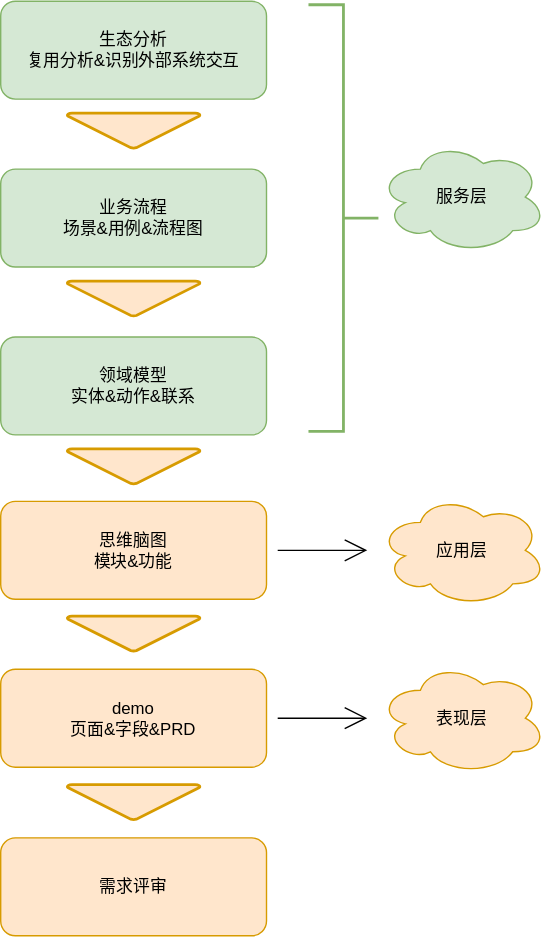
Earlier version of the draw.io export ddm.drawio.svg (fsdmp/diagrams). Source tidied: cells renumbered, new cells last; positions are measured from the earlier drawing's top-left corner, leaving out a move shared by most shapes. Its diagram source:
```xml
<mxGraphModel>
  <root>
    <mxCell id="0" />
    <mxCell id="1" parent="0" />
    <mxCell id="2" value="业务流程&lt;br&gt;场景&amp;amp;用例&amp;amp;流程图&lt;br&gt;" style="rounded=1;whiteSpace=wrap;html=1;hachureGap=4;fillColor=#d5e8d4;strokeColor=#82b366;" parent="1" vertex="1">
      <mxGeometry y="120" width="190" height="70" as="geometry" />
    </mxCell>
    <mxCell id="3" value="领域模型&lt;br&gt;实体&amp;amp;动作&amp;amp;联系&lt;br&gt;" style="rounded=1;whiteSpace=wrap;html=1;hachureGap=4;fillColor=#d5e8d4;strokeColor=#82b366;" parent="1" vertex="1">
      <mxGeometry y="240" width="190" height="70" as="geometry" />
    </mxCell>
    <mxCell id="4" style="edgeStyle=none;curved=1;rounded=0;jettySize=auto;html=1;endArrow=open;startSize=14;endSize=14;sourcePerimeterSpacing=8;targetPerimeterSpacing=8;" parent="1" edge="1" source="5" target="12">
      <mxGeometry relative="1" as="geometry" />
    </mxCell>
    <mxCell id="5" value="demo&lt;br&gt;页面&amp;amp;字段&amp;amp;PRD&lt;br&gt;" style="rounded=1;whiteSpace=wrap;html=1;hachureGap=4;fillColor=#ffe6cc;strokeColor=#d79b00;" parent="1" vertex="1">
      <mxGeometry y="477.5" width="190" height="70" as="geometry" />
    </mxCell>
    <mxCell id="6" style="edgeStyle=none;curved=1;rounded=0;jettySize=auto;html=1;endArrow=open;startSize=14;endSize=14;sourcePerimeterSpacing=8;targetPerimeterSpacing=8;" parent="1" edge="1" source="7" target="13">
      <mxGeometry relative="1" as="geometry" />
    </mxCell>
    <mxCell id="7" value="思维脑图&lt;br&gt;模块&amp;amp;功能&lt;br&gt;" style="rounded=1;whiteSpace=wrap;html=1;hachureGap=4;fillColor=#ffe6cc;strokeColor=#d79b00;" parent="1" vertex="1">
      <mxGeometry y="357.5" width="190" height="70" as="geometry" />
    </mxCell>
    <mxCell id="8" style="strokeWidth=2;html=1;shape=mxgraph.flowchart.merge_or_storage;whiteSpace=wrap;hachureGap=4;fillColor=#ffe6cc;strokeColor=#d79b00;" parent="1" vertex="1">
      <mxGeometry x="47.5" y="200" width="95" height="25" as="geometry" />
    </mxCell>
    <mxCell id="9" style="strokeWidth=2;html=1;shape=mxgraph.flowchart.merge_or_storage;whiteSpace=wrap;hachureGap=4;fillColor=#ffe6cc;strokeColor=#d79b00;" parent="1" vertex="1">
      <mxGeometry x="47.5" y="320" width="95" height="25" as="geometry" />
    </mxCell>
    <mxCell id="10" style="strokeWidth=2;html=1;shape=mxgraph.flowchart.merge_or_storage;whiteSpace=wrap;hachureGap=4;fillColor=#ffe6cc;strokeColor=#d79b00;" parent="1" vertex="1">
      <mxGeometry x="47.5" y="439.5" width="95" height="25" as="geometry" />
    </mxCell>
    <mxCell id="11" value="服务层" style="ellipse;shape=cloud;whiteSpace=wrap;html=1;hachureGap=4;fillColor=#d5e8d4;strokeColor=#82b366;" parent="1" vertex="1">
      <mxGeometry x="270" y="100" width="120" height="80" as="geometry" />
    </mxCell>
    <mxCell id="12" value="表现层" style="ellipse;shape=cloud;whiteSpace=wrap;html=1;hachureGap=4;fillColor=#ffe6cc;strokeColor=#d79b00;" parent="1" vertex="1">
      <mxGeometry x="270" y="472.5" width="120" height="80" as="geometry" />
    </mxCell>
    <mxCell id="13" value="应用层" style="ellipse;shape=cloud;whiteSpace=wrap;html=1;hachureGap=4;fillColor=#ffe6cc;strokeColor=#d79b00;" parent="1" vertex="1">
      <mxGeometry x="270" y="352.5" width="120" height="80" as="geometry" />
    </mxCell>
    <mxCell id="14" value="生态分析&lt;br&gt;复用分析&amp;amp;识别外部系统交互&lt;br&gt;" style="rounded=1;whiteSpace=wrap;html=1;hachureGap=4;fillColor=#d5e8d4;strokeColor=#82b366;" parent="1" vertex="1">
      <mxGeometry width="190" height="70" as="geometry" />
    </mxCell>
    <mxCell id="15" style="strokeWidth=2;html=1;shape=mxgraph.flowchart.merge_or_storage;whiteSpace=wrap;hachureGap=4;fillColor=#ffe6cc;strokeColor=#d79b00;" parent="1" vertex="1">
      <mxGeometry x="47.5" y="80" width="95" height="25" as="geometry" />
    </mxCell>
    <mxCell id="16" style="strokeWidth=2;html=1;shape=mxgraph.flowchart.annotation_2;align=left;labelPosition=right;hachureGap=4;direction=west;fillColor=#d5e8d4;strokeColor=#82b366;" parent="1" vertex="1">
      <mxGeometry x="220" y="2.5" width="50" height="305" as="geometry" />
    </mxCell>
    <mxCell id="17" value="需求评审&lt;br&gt;" style="rounded=1;whiteSpace=wrap;html=1;hachureGap=4;fillColor=#ffe6cc;strokeColor=#d79b00;" parent="1" vertex="1">
      <mxGeometry y="598" width="190" height="70" as="geometry" />
    </mxCell>
    <mxCell id="18" style="strokeWidth=2;html=1;shape=mxgraph.flowchart.merge_or_storage;whiteSpace=wrap;hachureGap=4;fillColor=#ffe6cc;strokeColor=#d79b00;" parent="1" vertex="1">
      <mxGeometry x="47.5" y="560" width="95" height="25" as="geometry" />
    </mxCell>
  </root>
</mxGraphModel>
```
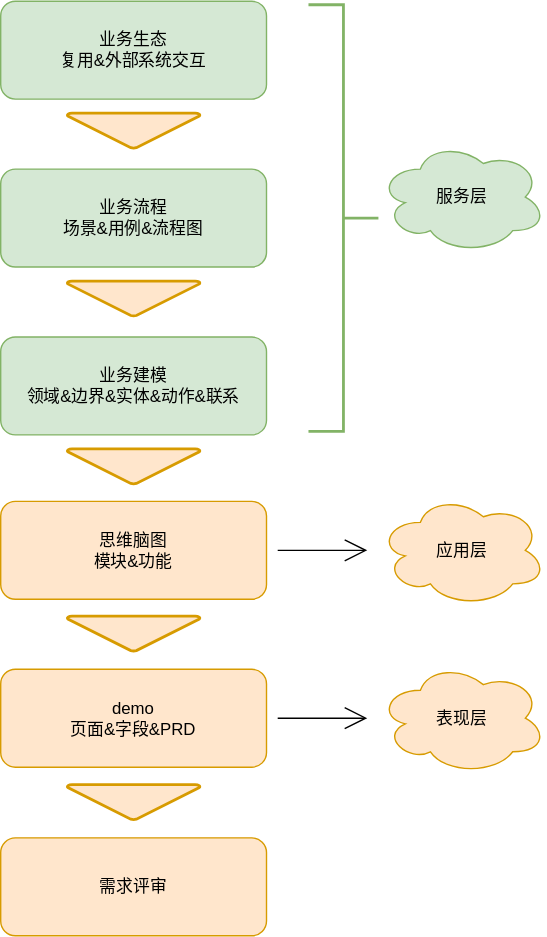
The same diagram one commit later.

The edit, as a diff of the source:
```diff
@@ -5,7 +5,7 @@
     <mxCell id="2" value="业务流程&lt;br&gt;场景&amp;amp;用例&amp;amp;流程图&lt;br&gt;" style="rounded=1;whiteSpace=wrap;html=1;hachureGap=4;fillColor=#d5e8d4;strokeColor=#82b366;" parent="1" vertex="1">
       <mxGeometry y="120" width="190" height="70" as="geometry" />
     </mxCell>
-    <mxCell id="3" value="领域模型&lt;br&gt;实体&amp;amp;动作&amp;amp;联系&lt;br&gt;" style="rounded=1;whiteSpace=wrap;html=1;hachureGap=4;fillColor=#d5e8d4;strokeColor=#82b366;" parent="1" vertex="1">
+    <mxCell id="3" value="业务建模&lt;br&gt;领域&amp;amp;边界&amp;amp;实体&amp;amp;动作&amp;amp;联系&lt;br&gt;" style="rounded=1;whiteSpace=wrap;html=1;hachureGap=4;fillColor=#d5e8d4;strokeColor=#82b366;" parent="1" vertex="1">
       <mxGeometry y="240" width="190" height="70" as="geometry" />
     </mxCell>
     <mxCell id="4" style="edgeStyle=none;curved=1;rounded=0;jettySize=auto;html=1;endArrow=open;startSize=14;endSize=14;sourcePerimeterSpacing=8;targetPerimeterSpacing=8;" parent="1" edge="1" source="5" target="12">
@@ -38,7 +38,7 @@
     <mxCell id="13" value="应用层" style="ellipse;shape=cloud;whiteSpace=wrap;html=1;hachureGap=4;fillColor=#ffe6cc;strokeColor=#d79b00;" parent="1" vertex="1">
       <mxGeometry x="270" y="352.5" width="120" height="80" as="geometry" />
     </mxCell>
-    <mxCell id="14" value="生态分析&lt;br&gt;复用分析&amp;amp;识别外部系统交互&lt;br&gt;" style="rounded=1;whiteSpace=wrap;html=1;hachureGap=4;fillColor=#d5e8d4;strokeColor=#82b366;" parent="1" vertex="1">
+    <mxCell id="14" value="业务生态&lt;br&gt;复用&amp;amp;外部系统交互&lt;br&gt;" style="rounded=1;whiteSpace=wrap;html=1;hachureGap=4;fillColor=#d5e8d4;strokeColor=#82b366;" parent="1" vertex="1">
       <mxGeometry width="190" height="70" as="geometry" />
     </mxCell>
     <mxCell id="15" style="strokeWidth=2;html=1;shape=mxgraph.flowchart.merge_or_storage;whiteSpace=wrap;hachureGap=4;fillColor=#ffe6cc;strokeColor=#d79b00;" parent="1" vertex="1">
```
